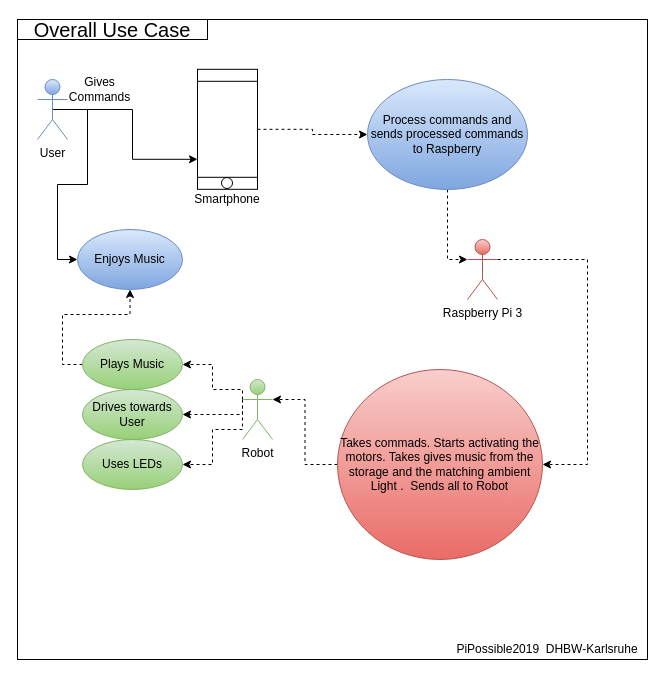
Earlier version of the draw.io diagram OverallUseCaseDiagramm.drawio (PiPossible1/PiPossible). Source tidied: cells renumbered, new cells numbered last; positions are measured from the earlier drawing's top-left corner, leaving out a move shared by most shapes. Both pictures are drawn from the tidied source at 100%, with x=0, y=0 at pixel (17, 19).
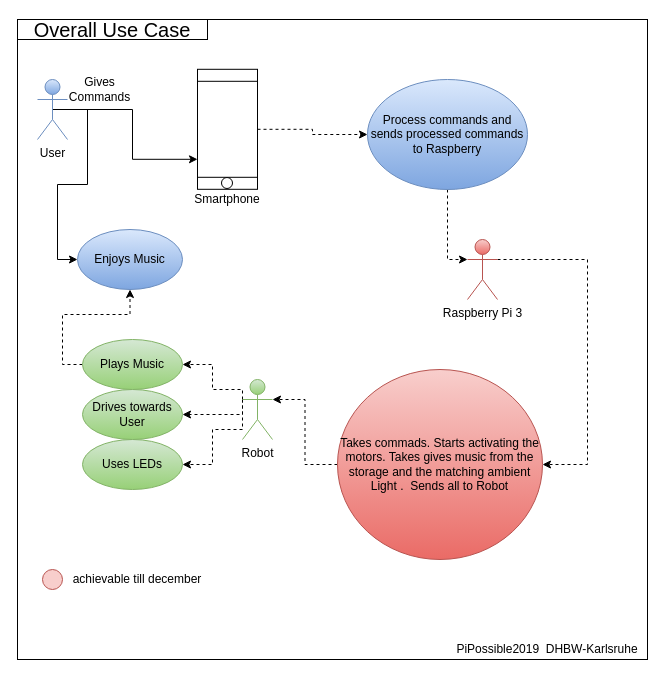
The same page after the edit.

Commit message:
What we want to achieve till december

Diff of the diagram source:
```diff
@@
+    <mxCell id="28" style="ellipse;whiteSpace=wrap;html=1;fillColor=#f8cecc;strokeColor=#b85450;" parent="1" vertex="1">
+      <mxGeometry x="25" y="550" width="20" height="20" as="geometry" />
+    </mxCell>
+    <mxCell id="29" value="achievable till december" style="text;html=1;strokeColor=none;fillColor=none;align=center;verticalAlign=middle;whiteSpace=wrap;rounded=0;" parent="1" vertex="1">
+      <mxGeometry x="50" y="550" width="140" height="20" as="geometry" />
+    </mxCell>
```
